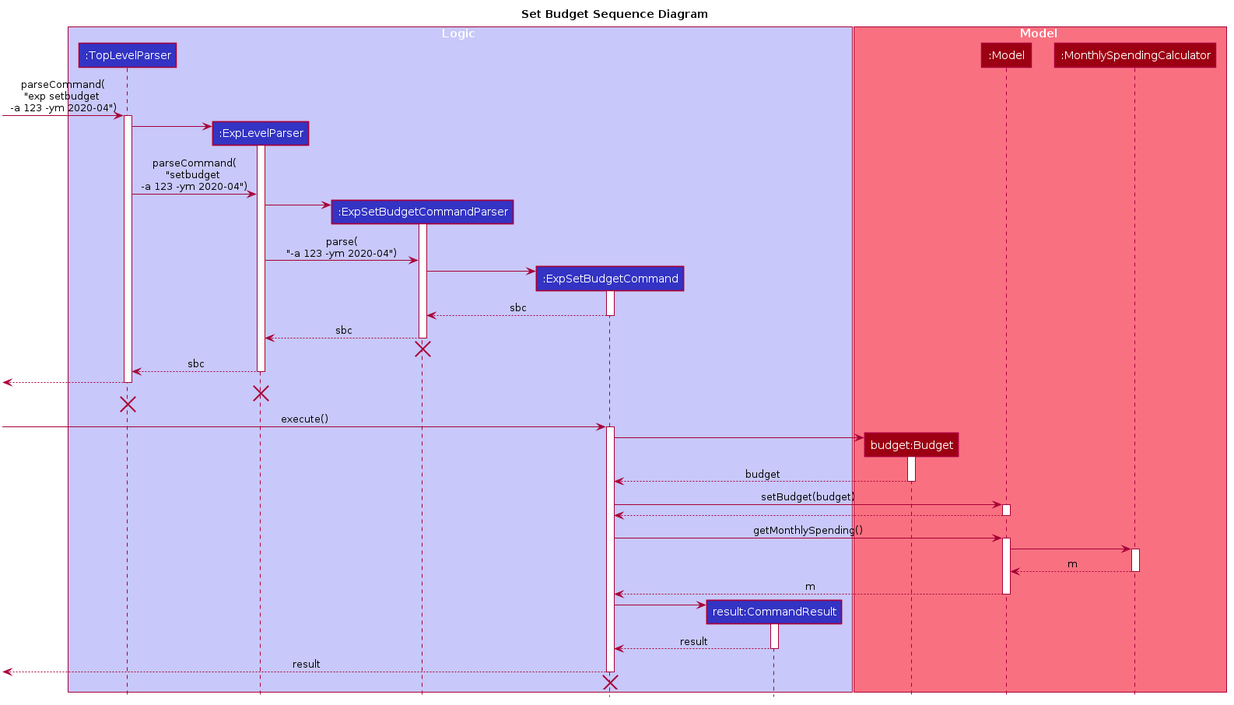
Above: images/SetBudgetSequenceDiagram.png in AY1920S2-CS2103T-T10-3/main (PlantUML), before the change.
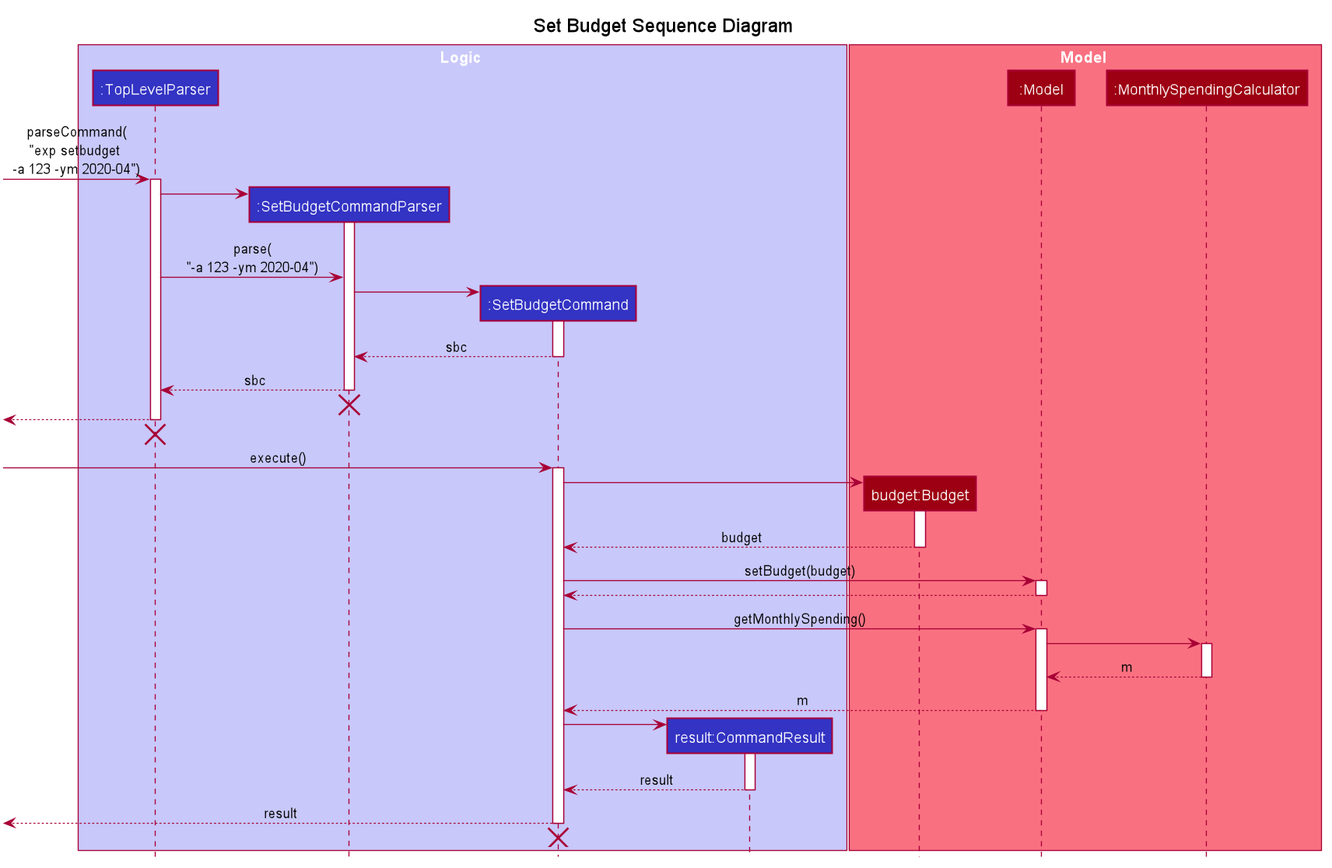
The same diagram one commit later.

What changed in the source:
```diff
@@ -50,9 +50,8 @@
 title Set Budget Sequence Diagram
 box Logic #C8C8FA
 participant ":TopLevelParser" as TopLevelParser #3333C4
-participant ":ExpLevelParser" as ExpLevelParser #3333C4
-participant ":ExpSetBudgetCommandParser" as ExpSetBudgetCommandParser #3333C4
-participant ":ExpSetBudgetCommand" as ExpSetBudgetCommand #3333C4
+participant ":SetBudgetCommandParser" as SetBudgetCommandParser #3333C4
+participant ":SetBudgetCommand" as SetBudgetCommand #3333C4
 participant "result:CommandResult" as CommandResult #3333C4
 end box
 
@@ -68,60 +67,49 @@
 [-> TopLevelParser : parseCommand(\n"exp setbudget \n-a 123 -ym 2020-04")
 activate TopLevelParser
 
-create ExpLevelParser
-TopLevelParser -> ExpLevelParser
-activate ExpLevelParser
-TopLevelParser -> ExpLevelParser : parseCommand(\n"setbudget \n-a 123 -ym 2020-04")
+create SetBudgetCommandParser
+TopLevelParser -> SetBudgetCommandParser
+activate SetBudgetCommandParser
+TopLevelParser -> SetBudgetCommandParser : parse(\n"-a 123 -ym 2020-04")
 
-create ExpSetBudgetCommandParser
-ExpLevelParser -> ExpSetBudgetCommandParser
-activate ExpSetBudgetCommandParser
-ExpLevelParser -> ExpSetBudgetCommandParser : parse(\n"-a 123 -ym 2020-04")
+create SetBudgetCommand
+SetBudgetCommandParser -> SetBudgetCommand
+activate SetBudgetCommand
 
-create ExpSetBudgetCommand
-ExpSetBudgetCommandParser -> ExpSetBudgetCommand
-activate ExpSetBudgetCommand
+SetBudgetCommand --> SetBudgetCommandParser : sbc
+deactivate SetBudgetCommand
 
-ExpSetBudgetCommand --> ExpSetBudgetCommandParser : sbc
-deactivate ExpSetBudgetCommand
+SetBudgetCommandParser --> TopLevelParser : sbc
+deactivate SetBudgetCommandParser
 
-ExpSetBudgetCommandParser --> ExpLevelParser : sbc
-deactivate ExpSetBudgetCommandParser
-
-[<-[hidden]- ExpSetBudgetCommandParser
-destroy ExpSetBudgetCommandParser
-
-TopLevelParser <-- ExpLevelParser : sbc
-deactivate ExpLevelParser
+[<-[hidden]- SetBudgetCommandParser
+destroy SetBudgetCommandParser
 
 [<-- TopLevelParser
 deactivate TopLevelParser
-
-[<-[hidden]-ExpLevelParser
-destroy ExpLevelParser
 
 [<-[hidden]- TopLevelParser
 destroy TopLevelParser
 
 
 
-[-> ExpSetBudgetCommand : execute()
-activate ExpSetBudgetCommand
+[-> SetBudgetCommand : execute()
+activate SetBudgetCommand
 
 create Budget
-ExpSetBudgetCommand -> Budget
+SetBudgetCommand -> Budget
 activate Budget
 
-Budget --> ExpSetBudgetCommand : budget
+Budget --> SetBudgetCommand : budget
 deactivate Budget
 
-ExpSetBudgetCommand -> Model : setBudget(budget)
+SetBudgetCommand -> Model : setBudget(budget)
 activate Model
 
-Model --> ExpSetBudgetCommand
+Model --> SetBudgetCommand
 deactivate Model
 
-ExpSetBudgetCommand -> Model : getMonthlySpending()
+SetBudgetCommand -> Model : getMonthlySpending()
 activate Model
 
 Model -> MonthlySpendingCalculator
@@ -130,20 +118,20 @@
 MonthlySpendingCalculator --> Model : m
 deactivate MonthlySpendingCalculator
 
-Model --> ExpSetBudgetCommand : m
+Model --> SetBudgetCommand : m
 deactivate Model
 
 create CommandResult
-ExpSetBudgetCommand -> CommandResult
+SetBudgetCommand -> CommandResult
 activate CommandResult
 
-CommandResult --> ExpSetBudgetCommand : result
+CommandResult --> SetBudgetCommand : result
 deactivate CommandResult
 
-[<-- ExpSetBudgetCommand : result
-deactivate ExpSetBudgetCommand
+[<-- SetBudgetCommand : result
+deactivate SetBudgetCommand
 
-[<-[hidden]- ExpSetBudgetCommand
-destroy ExpSetBudgetCommand
+[<-[hidden]- SetBudgetCommand
+destroy SetBudgetCommand
 
 @enduml
```
